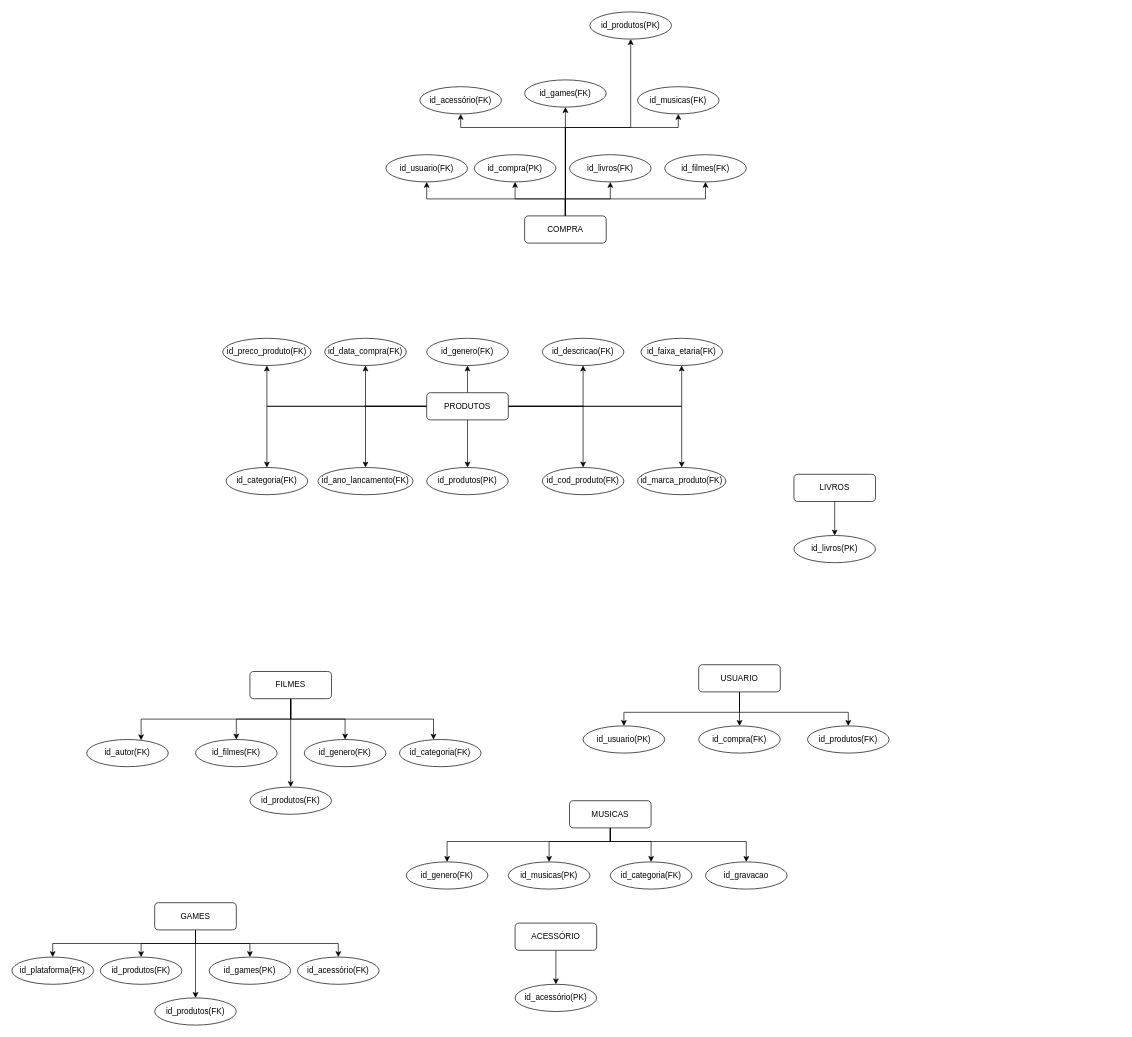
Earlier version of the draw.io diagram LOJA.drawio (camilamelos/tiroAoAlvo). Source tidied: cells renumbered, new cells numbered last; positions are measured from the earlier drawing's top-left corner, leaving out a move shared by most shapes. Both pictures are drawn from the tidied source at 68%, with x=0, y=0 at pixel (12, 12).
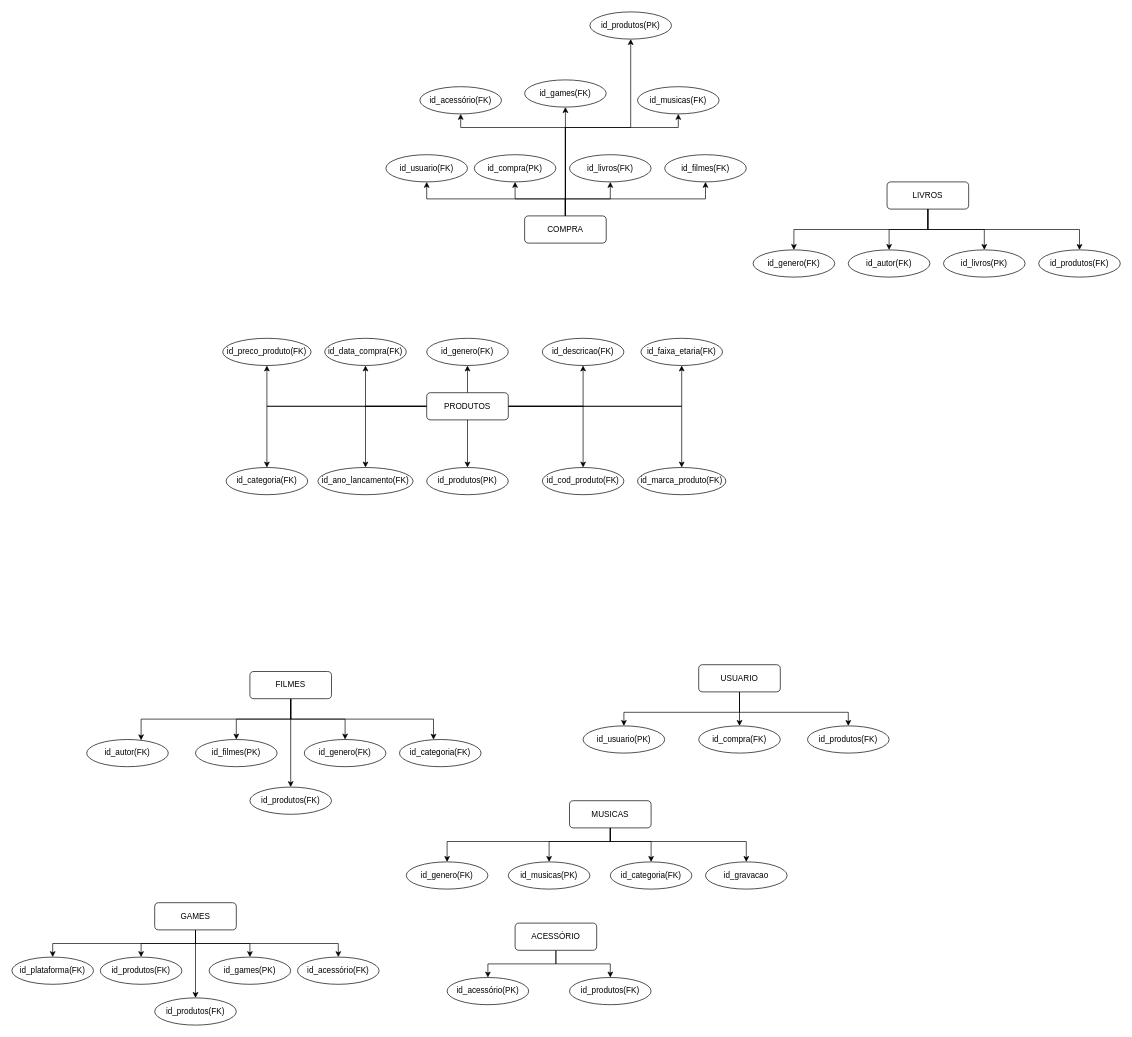
The same diagram, later.

Unchanged cells that the change refers to:
```xml
<mxCell id="53" value="ACESSÓRIO" style="rounded=1;whiteSpace=wrap;html=1;" parent="1" vertex="1">
  <mxGeometry x="740" y="1340" width="120" height="40" as="geometry" />
</mxCell>
```

Diff of the diagram source:
```diff
@@
+    <mxCell id="84" style="edgeStyle=orthogonalEdgeStyle;rounded=0;jettySize=auto;html=1;" parent="1" edge="1" source="15" target="89">
+      <mxGeometry relative="1" as="geometry">
+        <Array as="points">
+          <mxPoint x="1347" y="320" />
+          <mxPoint x="1570" y="320" />
+        </Array>
+      </mxGeometry>
+    </mxCell>
+    <mxCell id="85" style="edgeStyle=orthogonalEdgeStyle;rounded=0;jettySize=auto;html=1;" parent="1" edge="1" source="15" target="91">
+      <mxGeometry relative="1" as="geometry">
+        <Array as="points">
+          <mxPoint x="1347" y="320" />
+          <mxPoint x="1290" y="320" />
+        </Array>
+      </mxGeometry>
+    </mxCell>
+    <mxCell id="86" style="edgeStyle=orthogonalEdgeStyle;rounded=0;jettySize=auto;html=1;" parent="1" edge="1" source="15" target="90">
+      <mxGeometry relative="1" as="geometry">
+        <Array as="points">
+          <mxPoint x="1347" y="320" />
+          <mxPoint x="1150" y="320" />
+        </Array>
+      </mxGeometry>
+    </mxCell>
     <mxCell id="15" value="LIVROS" style="rounded=1;whiteSpace=wrap;html=1;" parent="1" vertex="1">
-      <mxGeometry x="1150" y="680" width="120" height="40" as="geometry" />
+      <mxGeometry x="1287" y="250" width="120" height="40" as="geometry" />
     </mxCell>
@@
-    <mxCell id="45" value="id_filmes(FK)" style="ellipse;whiteSpace=wrap;html=1;" parent="1" vertex="1">
+    <mxCell id="45" value="id_filmes(PK)" style="ellipse;whiteSpace=wrap;html=1;" parent="1" vertex="1">
       <mxGeometry x="270" y="1070" width="120" height="40" as="geometry" />
     </mxCell>
@@
     <mxCell id="49" value="id_livros(PK)" style="ellipse;whiteSpace=wrap;html=1;" parent="1" vertex="1">
-      <mxGeometry x="1150" y="770" width="120" height="40" as="geometry" />
+      <mxGeometry x="1370" y="350" width="120" height="40" as="geometry" />
     </mxCell>
@@
+    <mxCell id="87" style="edgeStyle=orthogonalEdgeStyle;rounded=0;jettySize=auto;html=1;" parent="1" edge="1" source="53" target="88">
+      <mxGeometry relative="1" as="geometry" />
+    </mxCell>
@@
     <mxCell id="54" value="id_acessório(PK)" style="ellipse;whiteSpace=wrap;html=1;" parent="1" vertex="1">
-      <mxGeometry x="740" y="1430" width="120" height="40" as="geometry" />
+      <mxGeometry x="640" y="1420" width="120" height="40" as="geometry" />
     </mxCell>
@@
+    <mxCell id="88" value="id_produtos(FK)" style="ellipse;whiteSpace=wrap;html=1;" parent="1" vertex="1">
+      <mxGeometry x="820" y="1420" width="120" height="40" as="geometry" />
+    </mxCell>
+    <mxCell id="89" value="id_produtos(FK)" style="ellipse;whiteSpace=wrap;html=1;" parent="1" vertex="1">
+      <mxGeometry x="1510" y="350" width="120" height="40" as="geometry" />
+    </mxCell>
+    <mxCell id="90" value="id_genero(FK)" style="ellipse;whiteSpace=wrap;html=1;" parent="1" vertex="1">
+      <mxGeometry x="1090" y="350" width="120" height="40" as="geometry" />
+    </mxCell>
+    <mxCell id="91" value="id_autor(FK)" style="ellipse;whiteSpace=wrap;html=1;" parent="1" vertex="1">
+      <mxGeometry x="1230" y="350" width="120" height="40" as="geometry" />
+    </mxCell>
```
